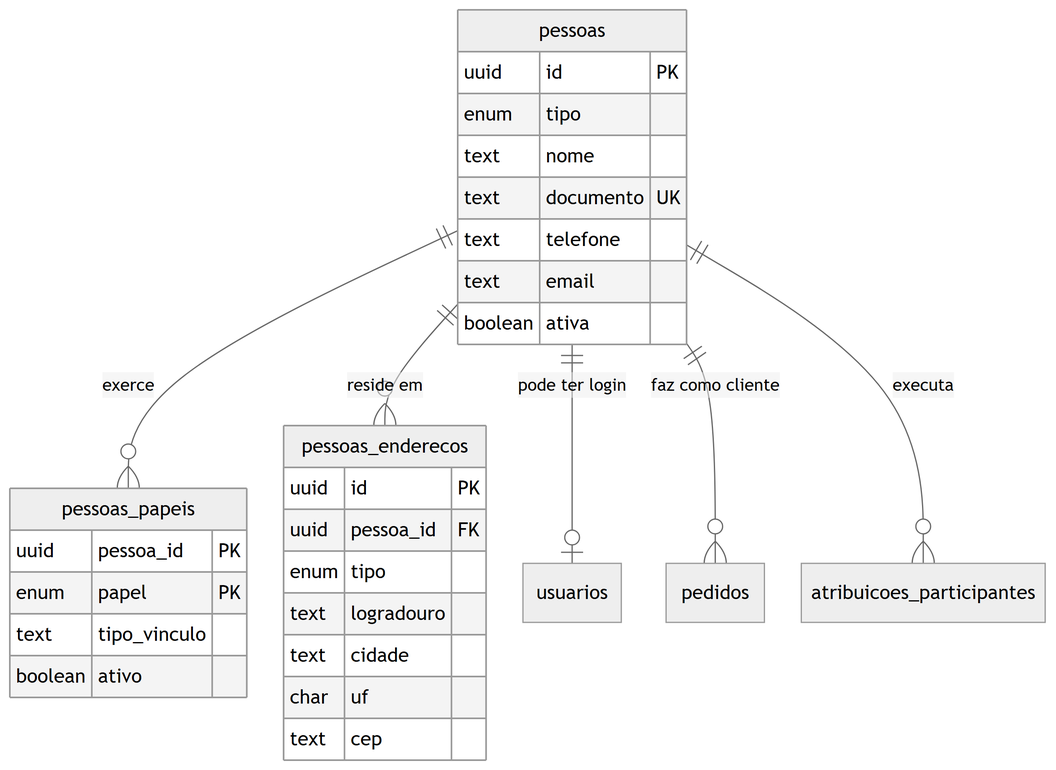
Above: docs/engenharia/modelo-dados-pt/img/fig12-cadastros-pessoas.png in JoaoMudar/tcc (Mermaid), before the change. Its source is kept beside it as docs/engenharia/modelo-dados-pt/mmd/fig12-cadastros-pessoas.mmd. Its diagram source:
```mermaid
erDiagram
  pessoas {
    uuid    id PK
    enum    tipo
    text    nome
    text    documento UK
    text    telefone
    text    email
    boolean ativa
  }
  pessoas_papeis {
    uuid    pessoa_id PK
    enum    papel PK
    text    tipo_vinculo
    boolean ativo
  }
  pessoas_enderecos {
    uuid id PK
    uuid pessoa_id FK
    enum tipo
    text logradouro
    text cidade
    char uf
    text cep
  }
  usuarios {}
  pedidos {}
  atribuicoes_participantes {}

  pessoas ||--o{ pessoas_papeis    : "exerce"
  pessoas ||--o{ pessoas_enderecos : "reside em"
  pessoas ||--o| usuarios          : "pode ter login"
  pessoas ||--o{ pedidos           : "faz como cliente"
  pessoas ||--o{ atribuicoes_participantes : "executa"
```
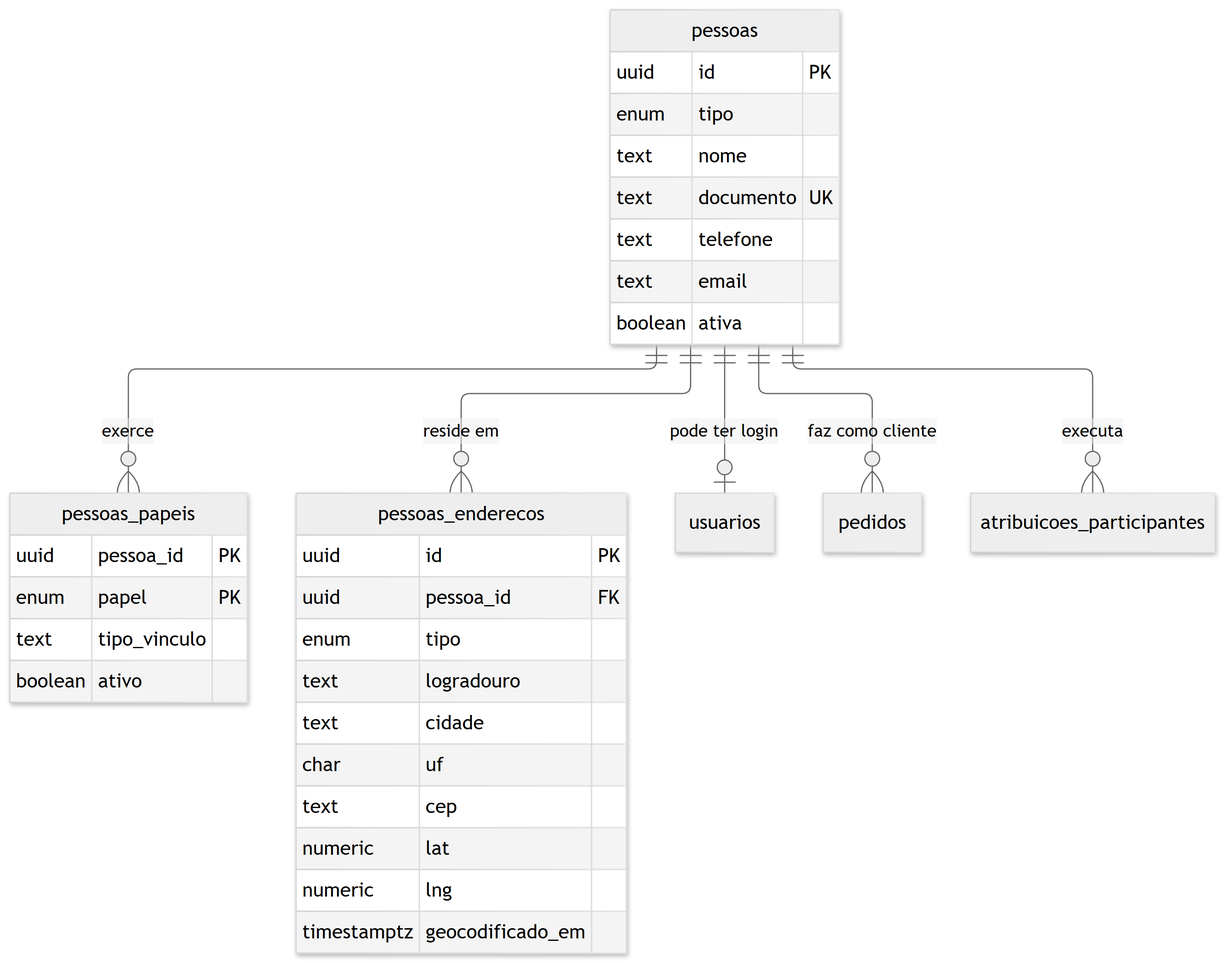
Above is the later version.

The edit, as a diff of the source:
```diff
@@ -22,6 +22,9 @@
     text cidade
     char uf
     text cep
+    numeric lat
+    numeric lng
+    timestamptz geocodificado_em
   }
   usuarios {}
   pedidos {}
```
